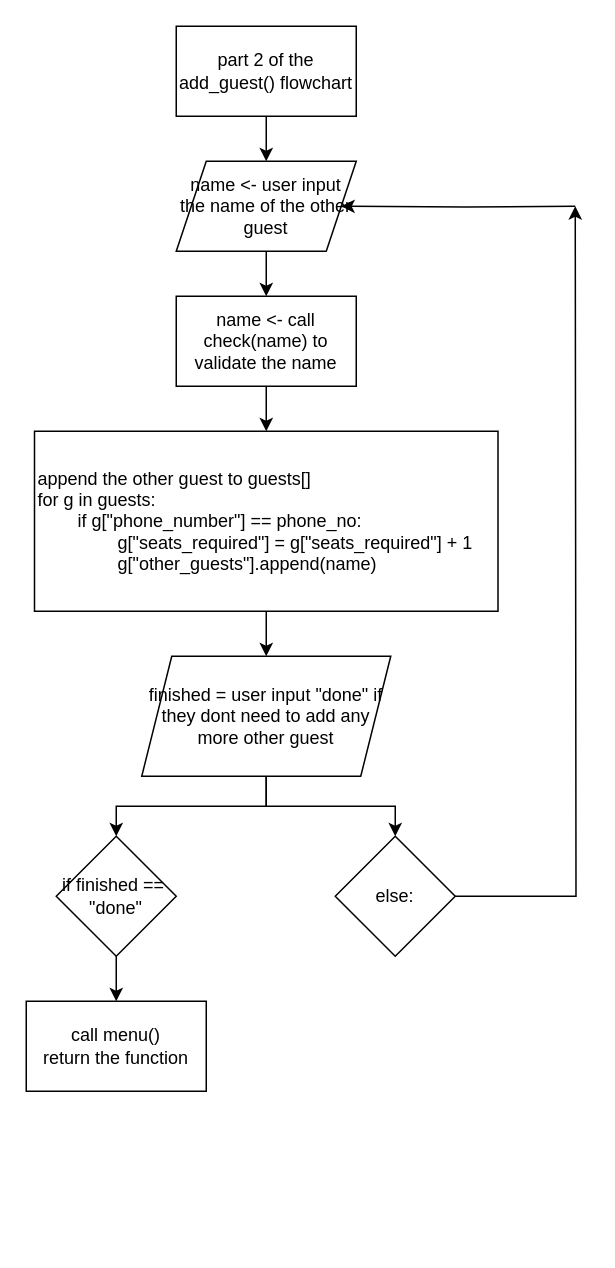
whyamihere001/SBA keeps this draw.io diagram as add_guest()2.drawio. Above is the earlier version. Source tidied: cells renumbered, new cells numbered last; positions are measured from the earlier drawing's top-left corner, leaving out a move shared by most shapes. Both pictures are drawn from the tidied source at 150%, with x=0, y=0 at pixel (26, 26).
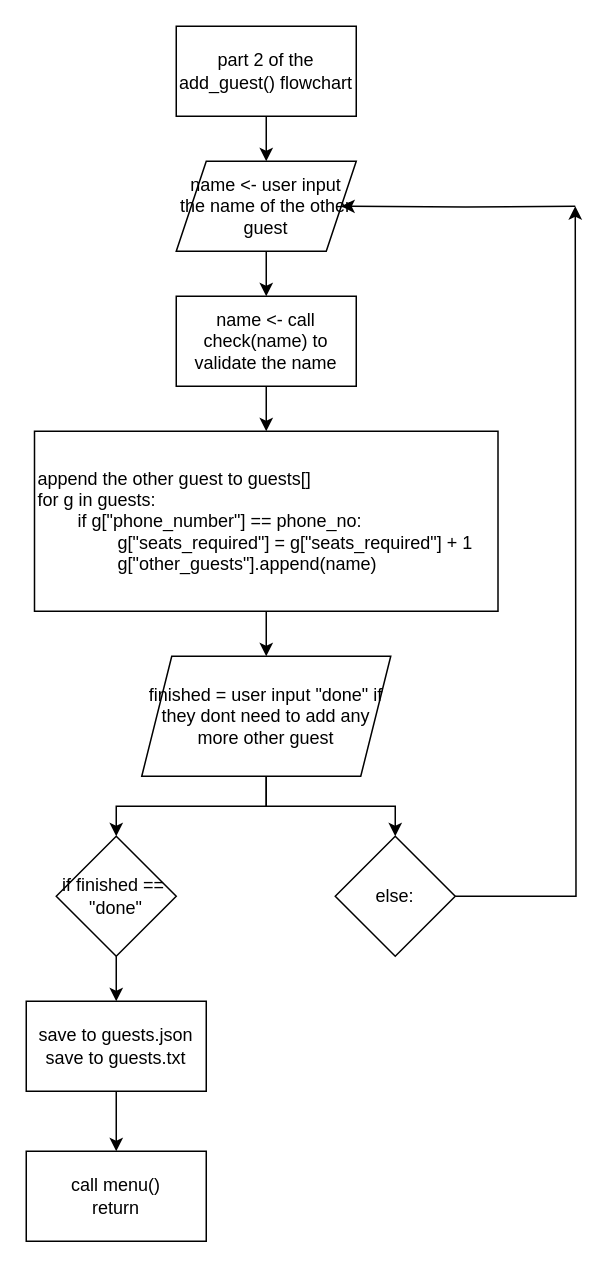
The same diagram, later.

Diff of the diagram source:
```diff
@@
+    <mxCell id="19" style="edgeStyle=orthogonalEdgeStyle;rounded=0;jettySize=auto;html=1;" parent="1" edge="1" source="18" target="20">
+      <mxGeometry relative="1" as="geometry" />
+    </mxCell>
-    <mxCell id="18" value="call menu()&lt;div&gt;return the function&lt;/div&gt;" style="rounded=0;whiteSpace=wrap;html=1;" parent="1" vertex="1">
+    <mxCell id="18" value="save to guests.json&lt;div&gt;save to guests.txt&lt;/div&gt;" style="rounded=0;whiteSpace=wrap;html=1;" parent="1" vertex="1">
       <mxGeometry y="650" width="120" height="60" as="geometry" />
     </mxCell>
+    <mxCell id="20" value="call menu()&lt;div&gt;return&lt;/div&gt;" style="rounded=0;whiteSpace=wrap;html=1;" parent="1" vertex="1">
+      <mxGeometry y="750" width="120" height="60" as="geometry" />
+    </mxCell>
```
